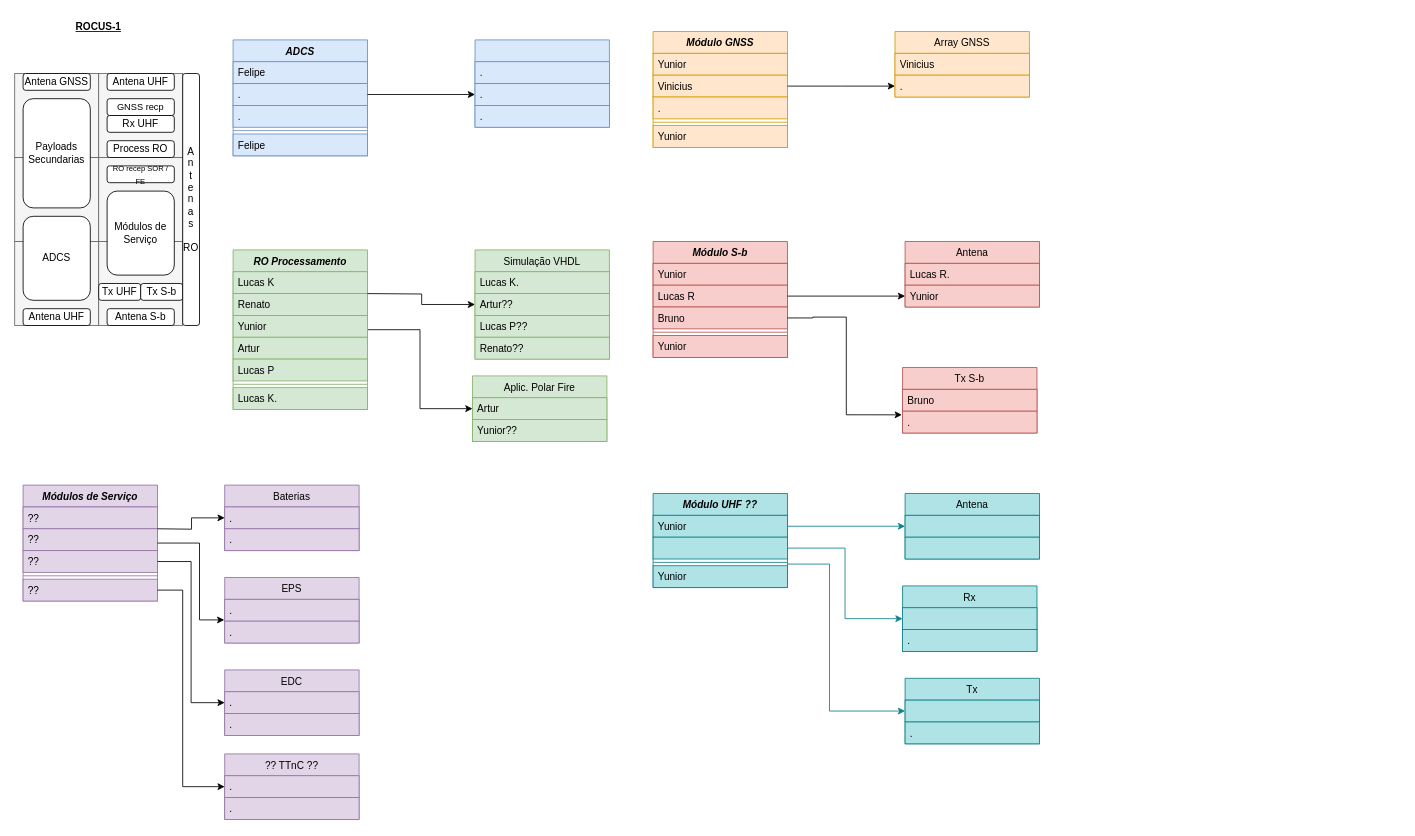
This is ro-tasks-flowchart.drawio from spacelab-ufsc/rocus1-doc, a draw.io file, before an edit. Source tidied: cells renumbered, new cells numbered last; positions are measured from the earlier drawing's top-left corner, leaving out a move shared by most shapes. Both pictures are drawn from the tidied source at 84%, with x=0, y=0 at pixel (14, 14).
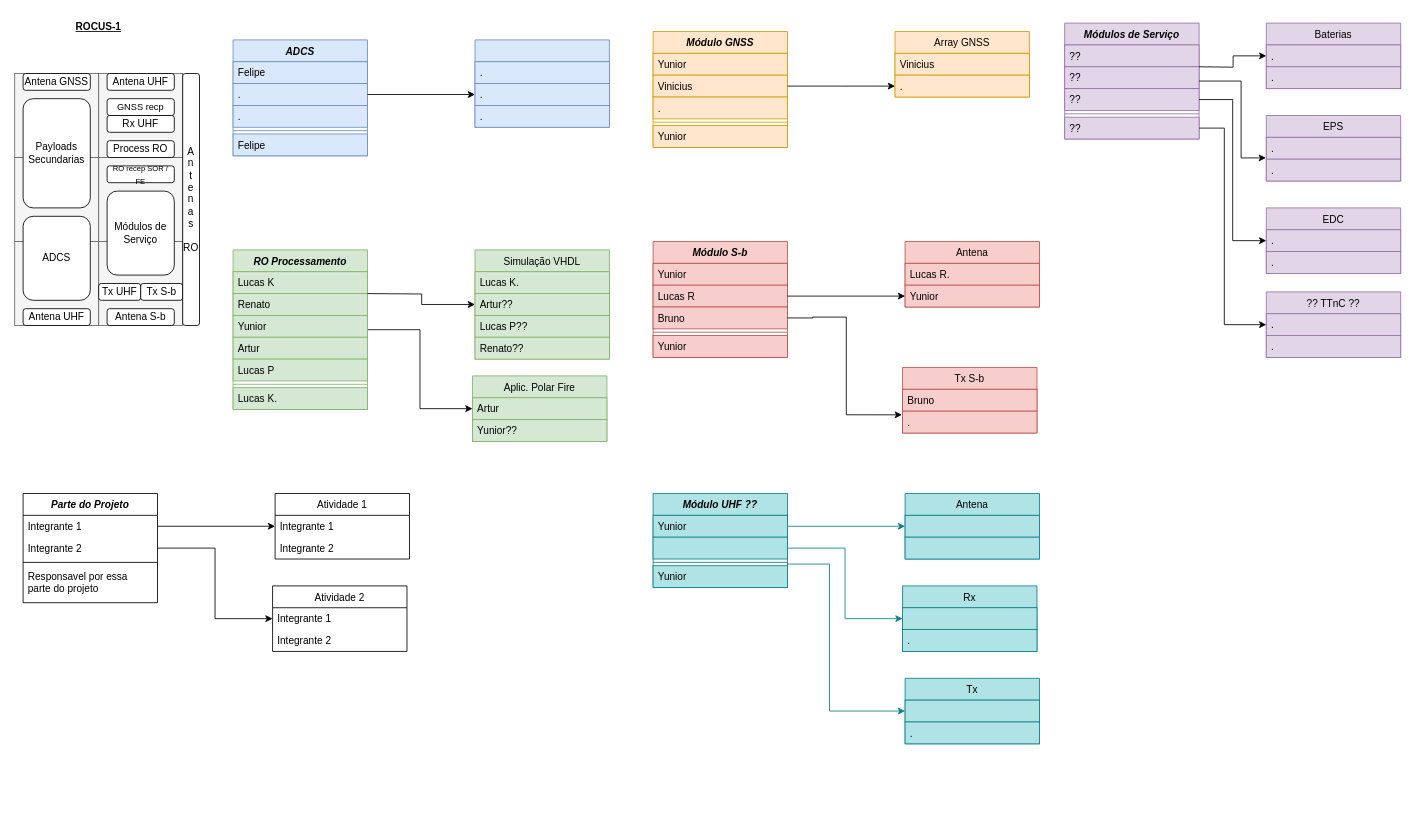
After the change.

The change refers to these unchanged cells:
```xml
<mxCell id="78" value="??" style="text;align=left;verticalAlign=top;spacingLeft=4;spacingRight=4;overflow=hidden;points=[[0,0.5],[1,0.5]];portConstraint=eastwest;fillColor=#e1d5e7;strokeColor=#9673a6;" parent="73" vertex="1">
  <mxGeometry y="112" width="160" height="26" as="geometry" />
</mxCell>
<mxCell id="85" value="." style="text;align=left;verticalAlign=top;spacingLeft=4;spacingRight=4;overflow=hidden;points=[[0,0.5],[1,0.5]];portConstraint=eastwest;rounded=0;shadow=0;html=0;fillColor=#e1d5e7;strokeColor=#9673a6;" parent="83" vertex="1">
  <mxGeometry y="52" width="160" height="26" as="geometry" />
</mxCell>
<mxCell id="92" value="." style="text;align=left;verticalAlign=top;spacingLeft=4;spacingRight=4;overflow=hidden;points=[[0,0.5],[1,0.5]];portConstraint=eastwest;fillColor=#e1d5e7;strokeColor=#9673a6;" parent="91" vertex="1">
  <mxGeometry y="26" width="160" height="26" as="geometry" />
</mxCell>
```

What changed in the source:
```diff
@@
     <mxCell id="73" value="Módulos de Serviço" style="swimlane;fontStyle=3;align=center;verticalAlign=top;horizontal=1;startSize=26;rounded=0;shadow=0;strokeWidth=1;fillColor=#e1d5e7;strokeColor=#9673a6;" parent="1" vertex="1">
-      <mxGeometry x="10" y="560" width="160" height="138" as="geometry" />
+      <mxGeometry x="1250" y="10" width="160" height="138" as="geometry" />
     </mxCell>
@@
     <mxCell id="79" value="Baterias" style="swimlane;fontStyle=0;align=center;verticalAlign=top;horizontal=1;startSize=26;rounded=0;shadow=0;strokeWidth=1;fillColor=#e1d5e7;strokeColor=#9673a6;" parent="1" vertex="1">
-      <mxGeometry x="250" y="560" width="160" height="78" as="geometry" />
+      <mxGeometry x="1490" y="10" width="160" height="78" as="geometry" />
     </mxCell>
@@
     <mxCell id="82" style="edgeStyle=orthogonalEdgeStyle;rounded=0;jettySize=auto;html=1;entryX=0;entryY=0.5;entryDx=0;entryDy=0;fillColor=#e1d5e7;strokeColor=light-dark(#000000, #9577a3);" parent="1" edge="1" target="79">
       <mxGeometry relative="1" as="geometry">
-        <mxPoint x="170" y="612" as="sourcePoint" />
+        <mxPoint x="1410" y="62" as="sourcePoint" />
       </mxGeometry>
     </mxCell>
     <mxCell id="83" value="EPS" style="swimlane;fontStyle=0;align=center;verticalAlign=top;horizontal=1;startSize=26;rounded=0;shadow=0;strokeWidth=1;fillColor=#e1d5e7;strokeColor=#9673a6;" parent="1" vertex="1">
-      <mxGeometry x="250" y="670" width="160" height="78" as="geometry" />
+      <mxGeometry x="1490" y="120" width="160" height="78" as="geometry" />
     </mxCell>
@@
     <mxCell id="86" value="EDC" style="swimlane;fontStyle=0;align=center;verticalAlign=top;horizontal=1;startSize=26;rounded=0;shadow=0;strokeWidth=1;fillColor=#e1d5e7;strokeColor=#9673a6;" parent="1" vertex="1">
-      <mxGeometry x="250" y="780" width="160" height="78" as="geometry" />
+      <mxGeometry x="1490" y="230" width="160" height="78" as="geometry" />
     </mxCell>
@@
     <mxCell id="89" style="edgeStyle=orthogonalEdgeStyle;rounded=0;jettySize=auto;html=1;exitX=1;exitY=0.5;exitDx=0;exitDy=0;entryX=-0.003;entryY=-0.058;entryDx=0;entryDy=0;entryPerimeter=0;fillColor=#e1d5e7;strokeColor=light-dark(#000000, #9577a3);" parent="1" edge="1" source="73" target="85">
       <mxGeometry relative="1" as="geometry">
         <Array as="points">
-          <mxPoint x="220" y="629" />
-          <mxPoint x="220" y="720" />
-          <mxPoint x="250" y="720" />
+          <mxPoint x="1460" y="79" />
+          <mxPoint x="1460" y="170" />
+          <mxPoint x="1490" y="170" />
         </Array>
       </mxGeometry>
     </mxCell>
@@
     <mxCell id="91" value="?? TTnC ??" style="swimlane;fontStyle=0;align=center;verticalAlign=top;horizontal=1;startSize=26;rounded=0;shadow=0;strokeWidth=1;fillColor=#e1d5e7;strokeColor=#9673a6;" parent="1" vertex="1">
-      <mxGeometry x="250" y="880" width="160" height="78" as="geometry" />
+      <mxGeometry x="1490" y="330" width="160" height="78" as="geometry" />
     </mxCell>
@@
     <mxCell id="94" style="edgeStyle=orthogonalEdgeStyle;rounded=0;jettySize=auto;html=1;entryX=0;entryY=0.5;entryDx=0;entryDy=0;fillColor=#e1d5e7;strokeColor=light-dark(#000000, #9577a3);" parent="1" edge="1" source="78" target="92">
       <mxGeometry relative="1" as="geometry">
         <Array as="points">
-          <mxPoint x="200" y="685" />
-          <mxPoint x="200" y="919" />
+          <mxPoint x="1440" y="135" />
+          <mxPoint x="1440" y="369" />
         </Array>
       </mxGeometry>
     </mxCell>
@@
+    <mxCell id="115" style="edgeStyle=orthogonalEdgeStyle;rounded=0;jettySize=auto;html=1;entryX=0;entryY=0.5;entryDx=0;entryDy=0;exitX=1;exitY=0.5;exitDx=0;exitDy=0;" parent="1" edge="1" source="118" target="126">
+      <mxGeometry relative="1" as="geometry" />
+    </mxCell>
+    <mxCell id="116" value="Parte do Projeto" style="swimlane;fontStyle=3;align=center;verticalAlign=top;horizontal=1;startSize=26;rounded=0;shadow=0;strokeWidth=1;" parent="1" vertex="1">
+      <mxGeometry x="10" y="570" width="160" height="130" as="geometry" />
+    </mxCell>
+    <mxCell id="117" value="Integrante 1" style="text;align=left;verticalAlign=top;spacingLeft=4;spacingRight=4;overflow=hidden;points=[[0,0.5],[1,0.5]];portConstraint=eastwest;" parent="116" vertex="1">
+      <mxGeometry y="26" width="160" height="26" as="geometry" />
+    </mxCell>
+    <mxCell id="118" value="Integrante 2" style="text;align=left;verticalAlign=top;spacingLeft=4;spacingRight=4;overflow=hidden;points=[[0,0.5],[1,0.5]];portConstraint=eastwest;rounded=0;shadow=0;html=0;" parent="116" vertex="1">
+      <mxGeometry y="52" width="160" height="26" as="geometry" />
+    </mxCell>
+    <mxCell id="119" style="line;html=1;strokeWidth=1;align=left;verticalAlign=middle;spacingTop=-1;spacingLeft=3;spacingRight=3;labelPosition=right;" parent="116" vertex="1">
+      <mxGeometry y="78" width="160" height="8" as="geometry" />
+    </mxCell>
+    <mxCell id="120" value="Responsavel por essa&#10;parte do projeto" style="text;align=left;verticalAlign=top;spacingLeft=4;spacingRight=4;overflow=hidden;" parent="116" vertex="1">
+      <mxGeometry y="86" width="160" height="44" as="geometry" />
+    </mxCell>
+    <mxCell id="121" value="Atividade 1" style="swimlane;fontStyle=0;align=center;verticalAlign=top;horizontal=1;startSize=26;rounded=0;shadow=0;strokeWidth=1;" parent="1" vertex="1">
+      <mxGeometry x="310" y="570" width="160" height="78" as="geometry" />
+    </mxCell>
+    <mxCell id="122" value="Integrante 1" style="text;align=left;verticalAlign=top;spacingLeft=4;spacingRight=4;overflow=hidden;" parent="121" vertex="1">
+      <mxGeometry y="26" width="160" height="26" as="geometry" />
+    </mxCell>
+    <mxCell id="123" value="Integrante 2" style="text;align=left;verticalAlign=top;spacingLeft=4;spacingRight=4;overflow=hidden;rounded=0;shadow=0;html=0;" parent="121" vertex="1">
+      <mxGeometry y="52" width="160" height="26" as="geometry" />
+    </mxCell>
+    <mxCell id="124" style="edgeStyle=orthogonalEdgeStyle;rounded=0;jettySize=auto;html=1;entryX=0;entryY=0.5;entryDx=0;entryDy=0;exitX=1;exitY=0.5;exitDx=0;exitDy=0;" parent="1" edge="1" source="117" target="121">
+      <mxGeometry relative="1" as="geometry" />
+    </mxCell>
+    <mxCell id="125" value="Atividade 2" style="swimlane;fontStyle=0;align=center;verticalAlign=top;horizontal=1;startSize=26;rounded=0;shadow=0;strokeWidth=1;" parent="1" vertex="1">
+      <mxGeometry x="307" y="680" width="160" height="78" as="geometry" />
+    </mxCell>
+    <mxCell id="126" value="Integrante 1" style="text;align=left;verticalAlign=top;spacingLeft=4;spacingRight=4;overflow=hidden;points=[[0,0.5],[1,0.5]];portConstraint=eastwest;" parent="125" vertex="1">
+      <mxGeometry y="26" width="160" height="26" as="geometry" />
+    </mxCell>
+    <mxCell id="127" value="Integrante 2" style="text;align=left;verticalAlign=top;spacingLeft=4;spacingRight=4;overflow=hidden;rounded=0;shadow=0;html=0;" parent="125" vertex="1">
+      <mxGeometry y="52" width="160" height="26" as="geometry" />
+    </mxCell>
```
